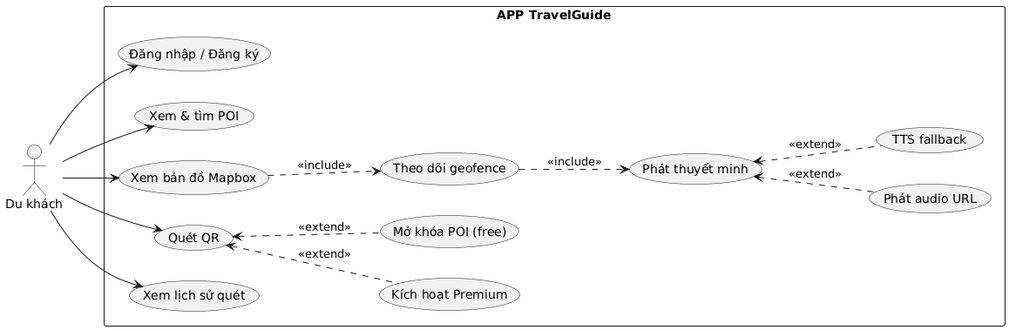
Above: Diagrams/USECASE_Dukhach.png in hoangtri22/TravelGuide (PlantUML), before the change. Source of this version:
```plantuml
@startuml
left to right direction
actor "Du khách" as U
rectangle "APP TravelGuide" {
  usecase "Đăng nhập / Đăng ký" as UC1
  usecase "Xem & tìm POI" as UC2
  usecase "Xem bản đồ Mapbox" as UC3
  usecase "Theo dõi geofence" as UC4
  usecase "Phát thuyết minh" as UC5
  usecase "Phát audio URL" as UC5A
  usecase "TTS fallback" as UC5B
  usecase "Quét QR" as UC6
  usecase "Xem lịch sử quét" as UC7
  usecase "Kích hoạt Premium" as UC8
  usecase "Mở khóa POI (free)" as UC9
}
U --> UC1
U --> UC2
U --> UC3
U --> UC6
U --> UC7
UC3 ..> UC4 : <<include>>
UC4 ..> UC5 : <<include>>
UC5 <.. UC5A : <<extend>>
UC5 <.. UC5B : <<extend>>
UC6 <.. UC8 : <<extend>>
UC6 <.. UC9 : <<extend>>
@enduml
```
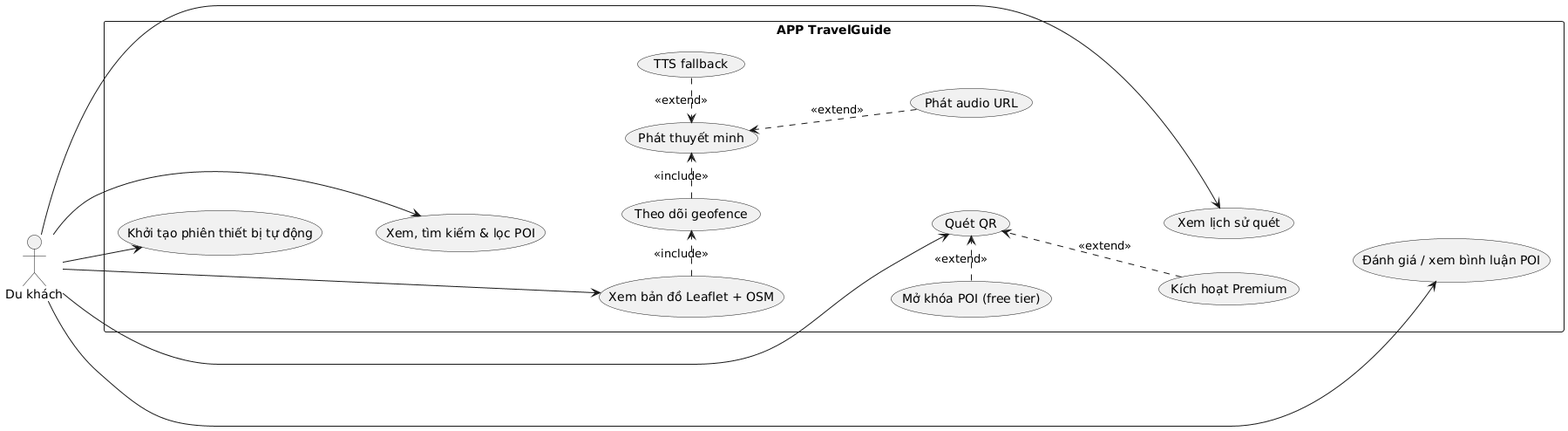
Later version of the same file.

The edit, as a diff of the source:
```diff
@@ -1,28 +1,44 @@
 @startuml
 left to right direction
+skinparam shadowing false
+skinparam monochrome true
 actor "Du khách" as U
 rectangle "APP TravelGuide" {
-  usecase "Đăng nhập / Đăng ký" as UC1
-  usecase "Xem & tìm POI" as UC2
-  usecase "Xem bản đồ Mapbox" as UC3
-  usecase "Theo dõi geofence" as UC4
-  usecase "Phát thuyết minh" as UC5
-  usecase "Phát audio URL" as UC5A
-  usecase "TTS fallback" as UC5B
-  usecase "Quét QR" as UC6
-  usecase "Xem lịch sử quét" as UC7
-  usecase "Kích hoạt Premium" as UC8
-  usecase "Mở khóa POI (free)" as UC9
+  usecase "Khởi tạo phiên thiết bị tự động" as A1
+  usecase "Xem, tìm kiếm & lọc POI" as A2
+  usecase "Xem bản đồ Leaflet + OSM" as A3
+  usecase "Theo dõi geofence" as A4
+  usecase "Phát thuyết minh" as A5
+  usecase "TTS fallback" as A6
+  usecase "Phát audio URL" as A7
+  usecase "Quét QR" as A8
+  usecase "Mở khóa POI (free tier)" as A9
+  usecase "Kích hoạt Premium" as A10
+  usecase "Xem lịch sử quét" as A11
+  usecase "Đánh giá / xem bình luận POI" as A12
 }
-U --> UC1
-U --> UC2
-U --> UC3
-U --> UC6
-U --> UC7
-UC3 ..> UC4 : <<include>>
-UC4 ..> UC5 : <<include>>
-UC5 <.. UC5A : <<extend>>
-UC5 <.. UC5B : <<extend>>
-UC6 <.. UC8 : <<extend>>
-UC6 <.. UC9 : <<extend>>
+
+A1 -[hidden]down- A2
+A2 -[hidden]down- A3
+A3 -[hidden]down- A8
+A8 -[hidden]down- A11
+A11 -[hidden]down- A12
+A4 -[hidden]right- A5
+A5 -[hidden]right- A6
+A6 -[hidden]down- A7
+A8 -[hidden]right- A9
+A9 -[hidden]down- A10
+
+U --> A1
+U --> A2
+U --> A3
+U --> A8
+U --> A11
+U --> A12
+A3 .> A4 : <<include>>
+A4 .> A5 : <<include>>
+A6 .> A5 : <<extend>>
+A7 .> A5 : <<extend>>
+A9 .> A8 : <<extend>>
+A10 .> A8 : <<extend>>
 @enduml
```
